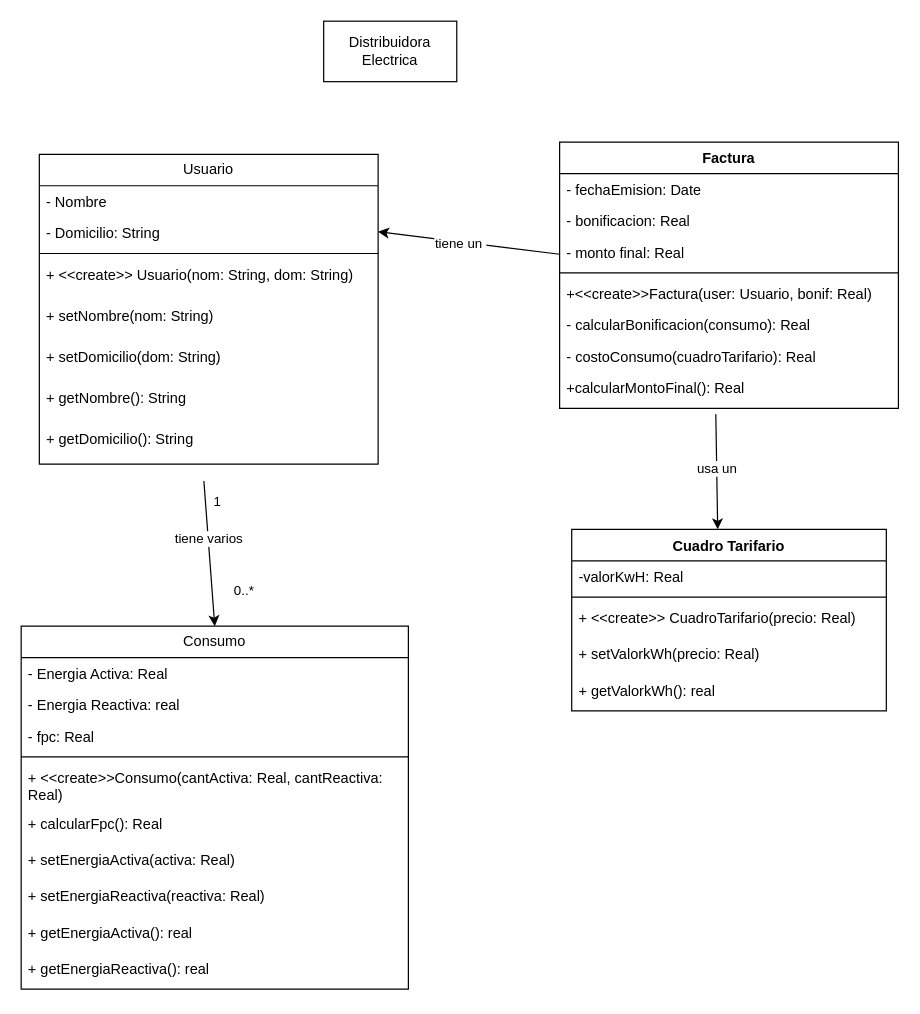
Above: ejercicio6/target/classes/ar/edu/unlp/oo1/ejercicio6/distribuidoraElectrica.drawio in Arfirpo/ORIENTACION-A-OBJETOS-I (draw.io), before the change. Source tidied: cells renumbered, new cells numbered last; positions are measured from the earlier drawing's top-left corner, leaving out a move shared by most shapes. Both pictures are drawn from the tidied source at 121%, with x=0, y=0 at pixel (21, 21).
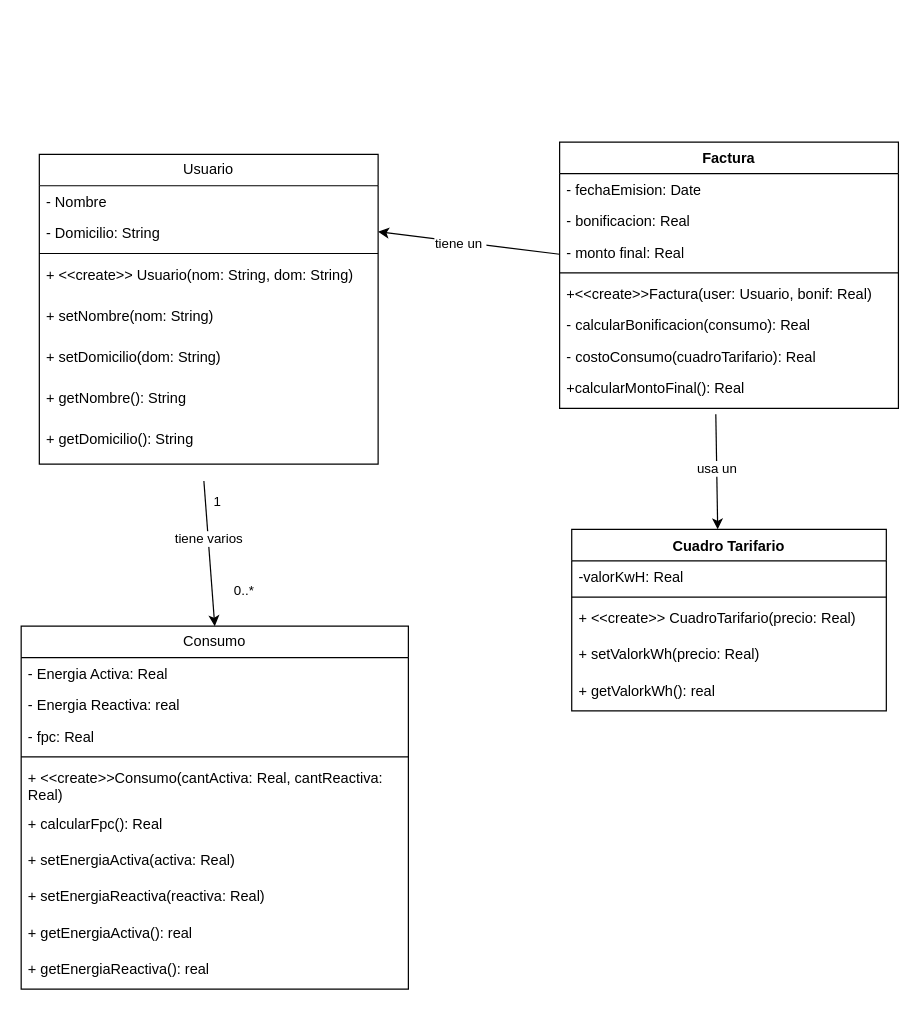
After the change.

Change to the diagram source:
```diff
@@
-    <mxCell id="10" value="Distribuidora Electrica" style="html=1;whiteSpace=wrap;" parent="1" vertex="1">
-      <mxGeometry x="250" width="110" height="50" as="geometry" />
-    </mxCell>
```
